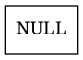
eric-rojas/-EDD-1S2025_202200331 keeps this Graphviz diagram as FASE 1 (lo restaurado)/AutoGestPro/Reports/pilaFacturas.png. Above is the earlier version. Its source is kept beside it as FASE 1 (lo restaurado)/AutoGestPro/Reports/pilaFacturas.dot.
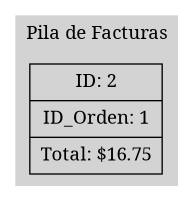
Above is the later version.

Change to the diagram source:
```diff
@@ -1,4 +1,10 @@
 digraph G {
+    rankdir=TB;
     node [shape=record];
-    NULL [label = "{NULL}"];
+    subgraph cluster_0 {
+        label = "Pila de Facturas";
+        style=filled;
+        color=lightgrey;
+        node2 [label="{ID: 2 | ID_Orden: 1 | Total: $16.75}"];
+    }
 }
```
